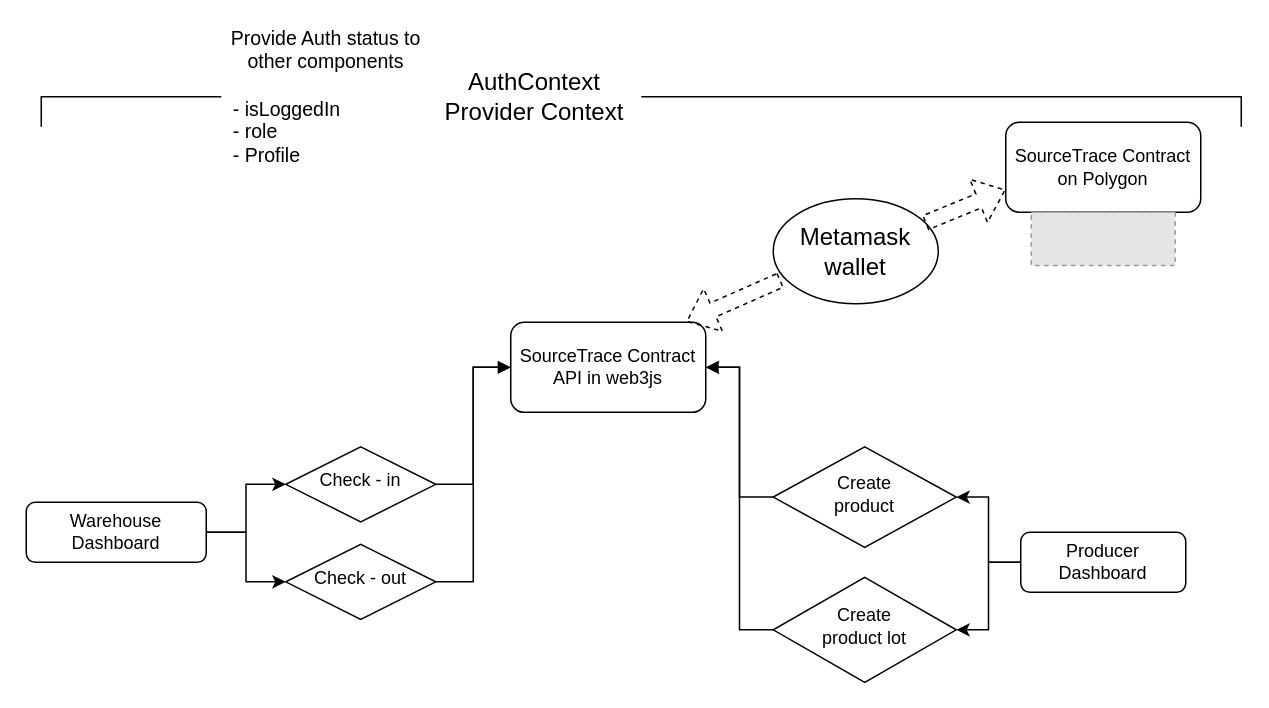
Above: public/other/supply_chain_architecture.drawio in OmkarPh/sourcetrace (draw.io), before the change. Source tidied: cells renumbered, new cells numbered last; positions are measured from the earlier drawing's top-left corner, leaving out a move shared by most shapes. Both pictures are drawn from the tidied source at 150%, with x=0, y=0 at pixel (26, 36). Pictures stored in the file or linked from it are replaced by grey dashed boxes.
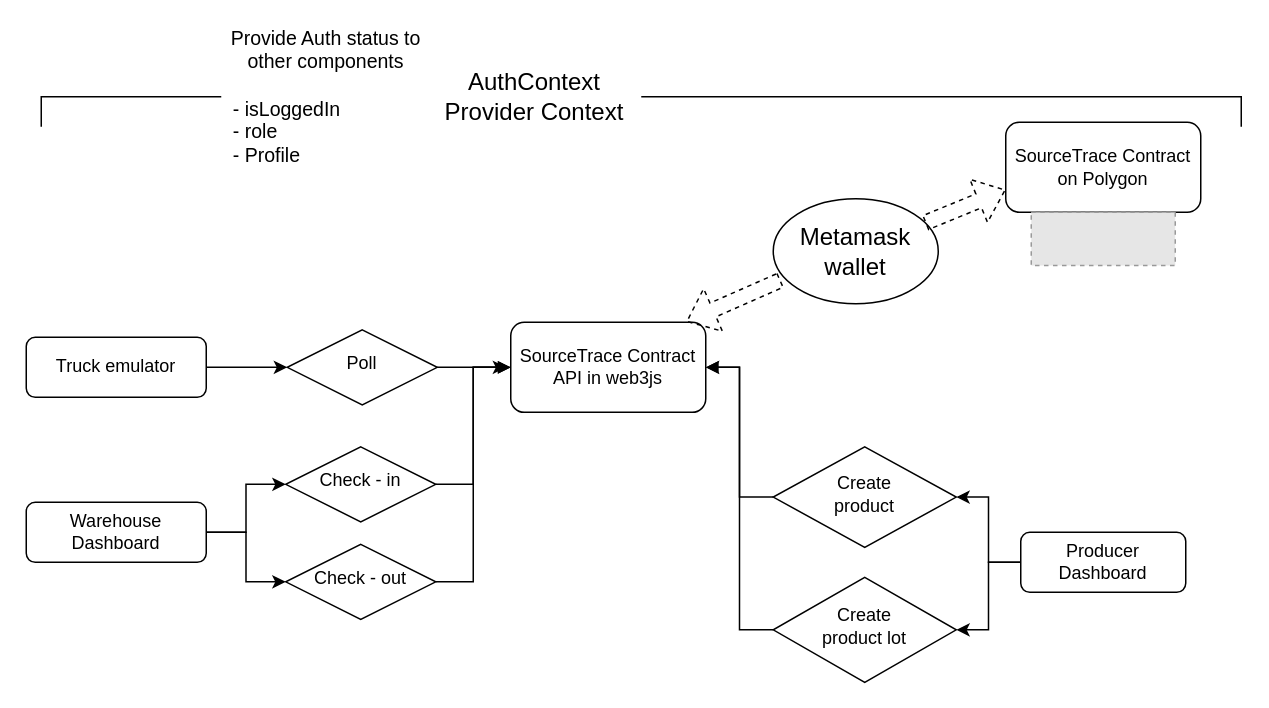
After the change.

Diff of the diagram source:
```diff
@@
+    <mxCell id="27" style="edgeStyle=orthogonalEdgeStyle;rounded=0;jettySize=auto;html=1;entryX=0;entryY=0.5;entryDx=0;entryDy=0;" parent="1" edge="1" source="28" target="30">
+      <mxGeometry relative="1" as="geometry" />
+    </mxCell>
+    <mxCell id="28" value="Truck emulator" style="rounded=1;whiteSpace=wrap;html=1;fontSize=12;glass=0;strokeWidth=1;shadow=0;" parent="1" vertex="1">
+      <mxGeometry y="200.4" width="120" height="40" as="geometry" />
+    </mxCell>
+    <mxCell id="29" style="edgeStyle=orthogonalEdgeStyle;rounded=0;jettySize=auto;html=1;" parent="1" edge="1" source="30">
+      <mxGeometry relative="1" as="geometry">
+        <mxPoint x="320" y="220.4" as="targetPoint" />
+      </mxGeometry>
+    </mxCell>
+    <mxCell id="30" value="Poll" style="rhombus;whiteSpace=wrap;html=1;shadow=0;fontFamily=Helvetica;fontSize=12;align=center;strokeWidth=1;spacing=6;spacingTop=-4;" parent="1" vertex="1">
+      <mxGeometry x="174" y="195.4" width="100" height="50" as="geometry" />
+    </mxCell>
```
